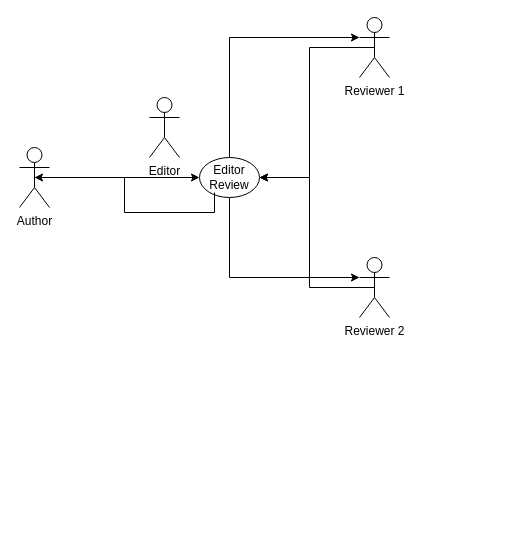
Above: Untitled Diagram.drawio in alex-emerich/hello-word (draw.io), before the change. Source tidied: cells renumbered, new cells numbered last; positions are measured from the earlier drawing's top-left corner, leaving out a move shared by most shapes. Both pictures are drawn from the tidied source at 100%, with x=0, y=0 at pixel (19, 17).
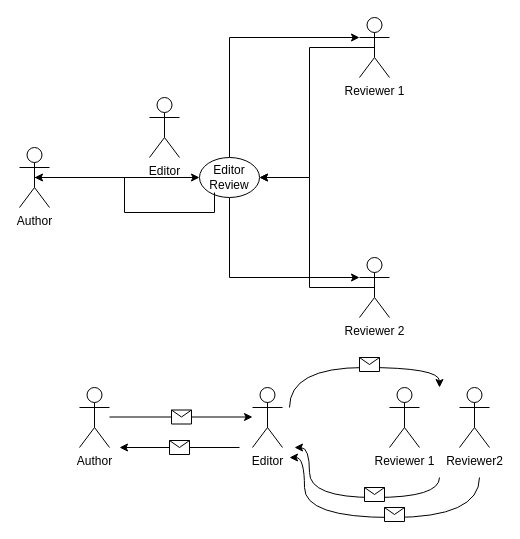
The same page after the edit.

The edit, as a diff of the source:
```diff
@@
+    <mxCell id="14" value="Editor" style="shape=umlActor;verticalLabelPosition=bottom;verticalAlign=top;html=1;outlineConnect=0;" parent="1" vertex="1">
+      <mxGeometry x="233" y="370" width="30" height="60" as="geometry" />
+    </mxCell>
+    <mxCell id="15" value="Reviewer 1" style="shape=umlActor;verticalLabelPosition=bottom;verticalAlign=top;html=1;" parent="1" vertex="1">
+      <mxGeometry x="370" y="370" width="30" height="60" as="geometry" />
+    </mxCell>
+    <mxCell id="16" value="Author" style="shape=umlActor;verticalLabelPosition=bottom;verticalAlign=top;html=1;" parent="1" vertex="1">
+      <mxGeometry x="60" y="370" width="30" height="60" as="geometry" />
+    </mxCell>
+    <mxCell id="17" value="Reviewer2" style="shape=umlActor;verticalLabelPosition=bottom;verticalAlign=top;html=1;" parent="1" vertex="1">
+      <mxGeometry x="440" y="370" width="30" height="60" as="geometry" />
+    </mxCell>
+    <mxCell id="18" style="curved=1;endArrow=classic;html=1;rounded=0;edgeStyle=orthogonalEdgeStyle;" parent="1" edge="1">
+      <mxGeometry relative="1" as="geometry">
+        <mxPoint x="270" y="390" as="sourcePoint" />
+        <mxPoint x="420" y="370" as="targetPoint" />
+        <Array as="points">
+          <mxPoint x="270" y="350" />
+        </Array>
+      </mxGeometry>
+    </mxCell>
+    <mxCell id="19" style="curved=1;endArrow=classic;html=1;rounded=0;edgeStyle=orthogonalEdgeStyle;" parent="1" edge="1">
+      <mxGeometry relative="1" as="geometry">
+        <mxPoint x="420" y="460" as="sourcePoint" />
+        <mxPoint x="275" y="430" as="targetPoint" />
+        <Array as="points">
+          <mxPoint x="290" y="480" />
+          <mxPoint x="290" y="430" />
+        </Array>
+      </mxGeometry>
+    </mxCell>
+    <mxCell id="20" style="endArrow=classic;html=1;rounded=0;edgeStyle=orthogonalEdgeStyle;" parent="1" edge="1" target="14">
+      <mxGeometry relative="1" as="geometry">
+        <mxPoint x="90" y="399.5" as="sourcePoint" />
+      </mxGeometry>
+    </mxCell>
+    <mxCell id="21" style="shape=message;html=1;" parent="20" vertex="1">
+      <mxGeometry width="20" height="14" relative="1" as="geometry">
+        <mxPoint x="-10" y="-7" as="offset" />
+      </mxGeometry>
+    </mxCell>
+    <mxCell id="22" style="shape=message;html=1;" parent="1" vertex="1">
+      <mxGeometry x="345" y="470" width="20" height="14" as="geometry" />
+    </mxCell>
+    <mxCell id="23" style="shape=message;html=1;" parent="1" vertex="1">
+      <mxGeometry x="340" y="340" width="20" height="14" as="geometry" />
+    </mxCell>
+    <mxCell id="24" style="endArrow=classic;html=1;rounded=0;edgeStyle=orthogonalEdgeStyle;" parent="1" edge="1">
+      <mxGeometry relative="1" as="geometry">
+        <mxPoint x="220" y="430" as="sourcePoint" />
+        <mxPoint x="100" y="430" as="targetPoint" />
+        <Array as="points">
+          <mxPoint x="220" y="430" />
+          <mxPoint x="100" y="430" />
+        </Array>
+      </mxGeometry>
+    </mxCell>
+    <mxCell id="25" style="shape=message;html=1;" parent="24" vertex="1">
+      <mxGeometry width="20" height="14" relative="1" as="geometry">
+        <mxPoint x="-10" y="-7" as="offset" />
+      </mxGeometry>
+    </mxCell>
+    <mxCell id="26" style="curved=1;endArrow=classic;html=1;rounded=0;edgeStyle=orthogonalEdgeStyle;" parent="1" edge="1">
+      <mxGeometry relative="1" as="geometry">
+        <mxPoint x="460" y="460" as="sourcePoint" />
+        <mxPoint x="270" y="440" as="targetPoint" />
+        <Array as="points">
+          <mxPoint x="460" y="500" />
+          <mxPoint x="285" y="500" />
+          <mxPoint x="285" y="440" />
+        </Array>
+      </mxGeometry>
+    </mxCell>
+    <mxCell id="27" style="shape=message;html=1;" parent="1" vertex="1">
+      <mxGeometry x="365" y="490" width="20" height="14" as="geometry" />
+    </mxCell>
```
